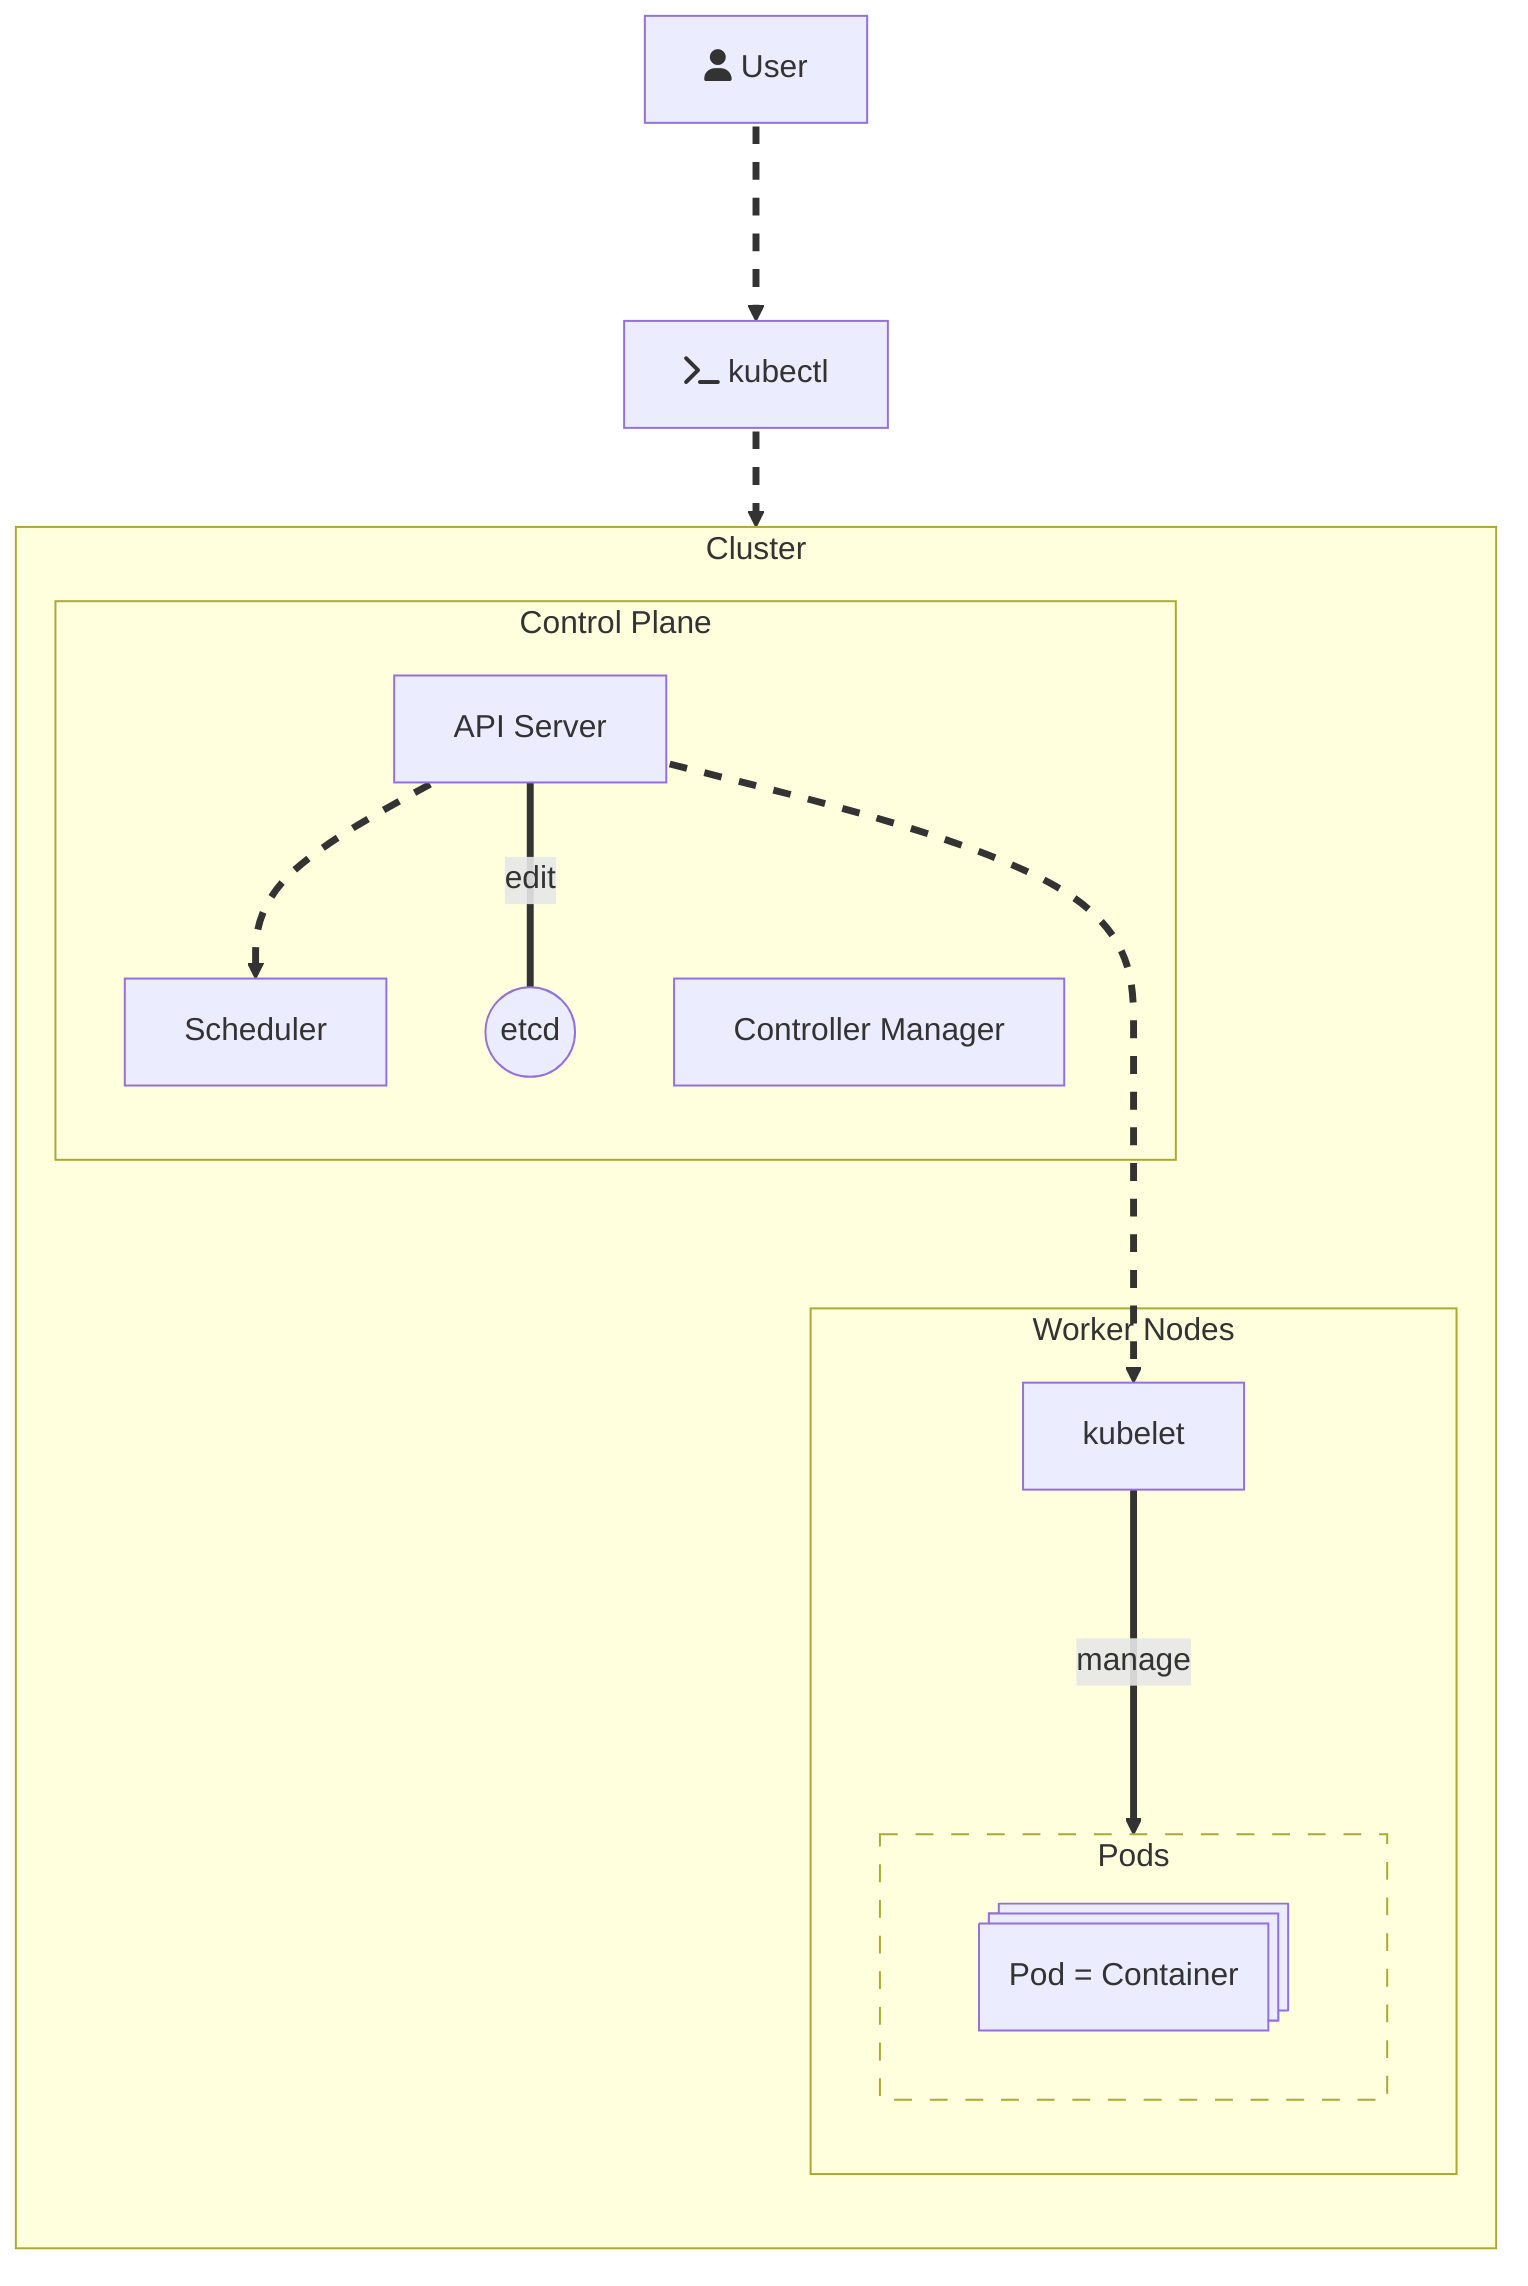
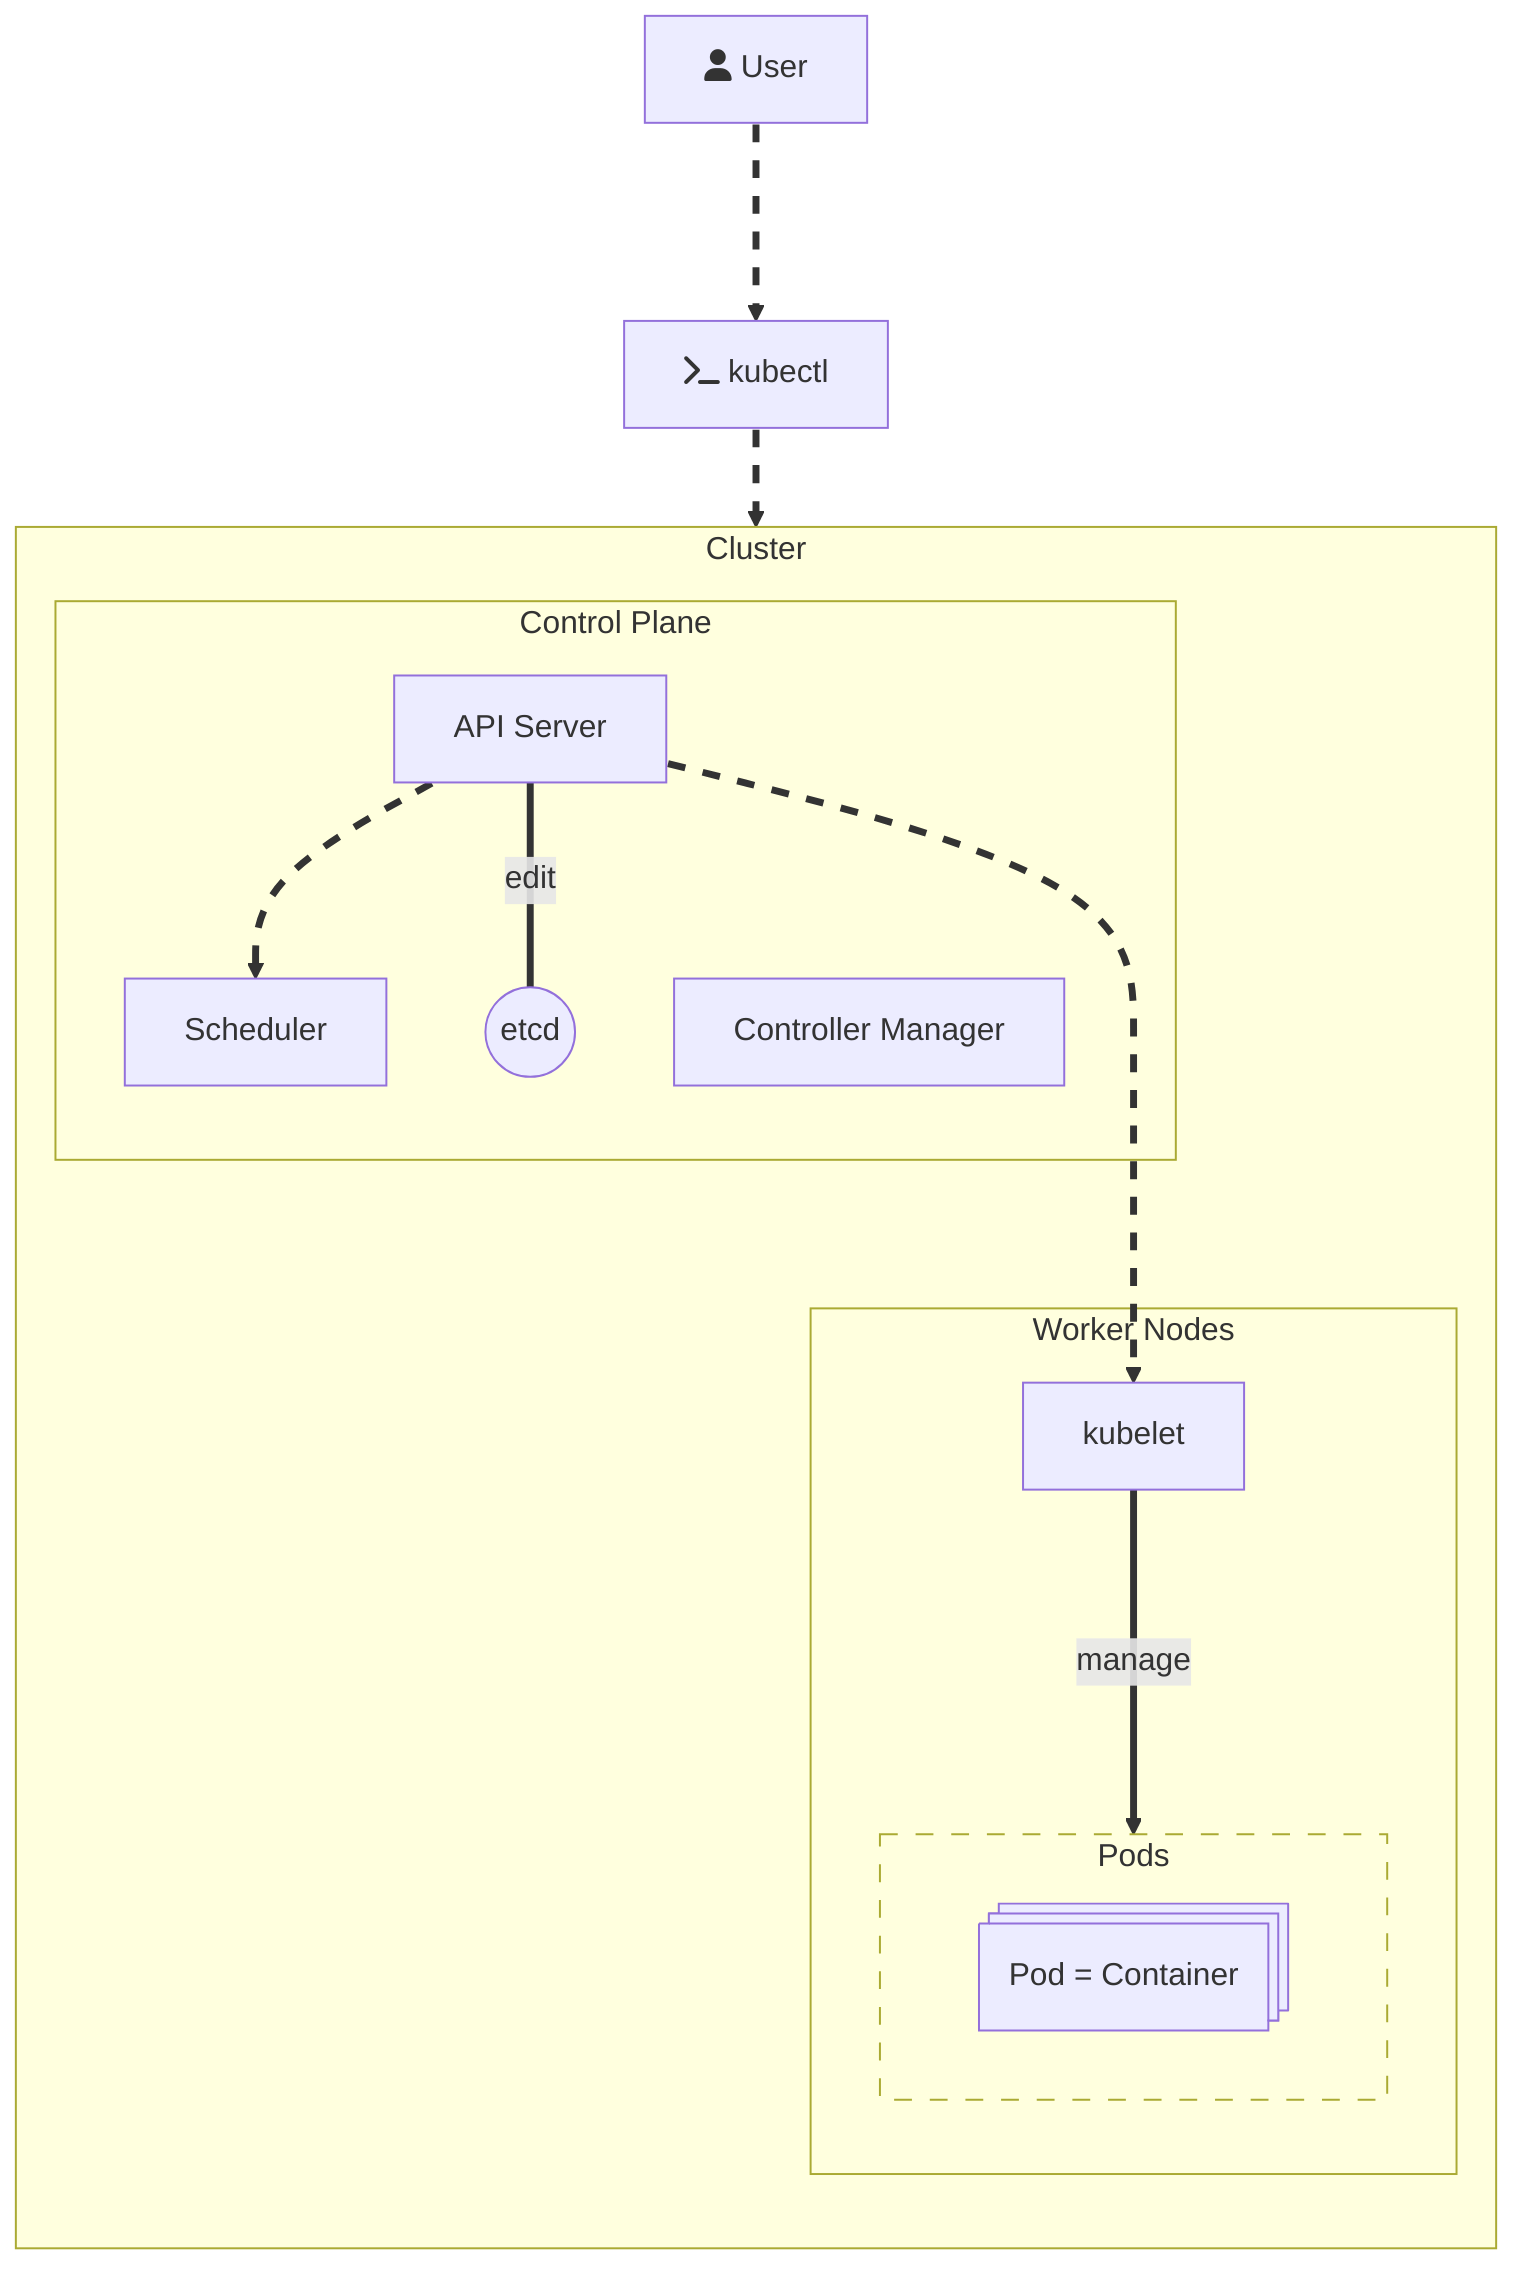
flowchart TB

    User["fa:fa-user User"]
    kubectl["fa:fa-terminal kubectl"]

    subgraph Cluster
        direction TB
        subgraph ControlPlane["Control Plane"]
            API[API Server] c3@==> Scheduler
            API ===|edit| etcd((etcd))
            ControllerManager["Controller Manager"]
        end
        subgraph WorkerNodes["Worker Nodes"]
            kubelet["kubelet"]
            subgraph PodsContainer["Pods"]
              direction LR
              Pod@{ shape: st-rect, label: "Pod = Container"}
            end
            kubelet ===>|manage| PodsContainer
        end
    end

    User c1@===> kubectl c2@==> API
    API c4@===> kubelet



      classDef animate stroke-dasharray: 9,5,stroke-dashoffset: 900,animation: dash 50s linear infinite;
    class c1,c2,c3,c4 animate

    class PodsContainer structurevarint
      classDef structurevarint stroke-dasharray: 9,5,stroke-dashoffset: 900,animation: dash 50s linear infinite, corners: round;

- click User / "jfdhfkljh lj lkfjslafkjsalfkjs"
+ click kubectl / "kubectl is the main interface for interacting with Kubernetes. It sends commands to the cluster via the Kubernetes API. You can use it to:
+ 
+ Deploy applications
+ View resources (like pods)
+ Update or delete things in the cluster"
